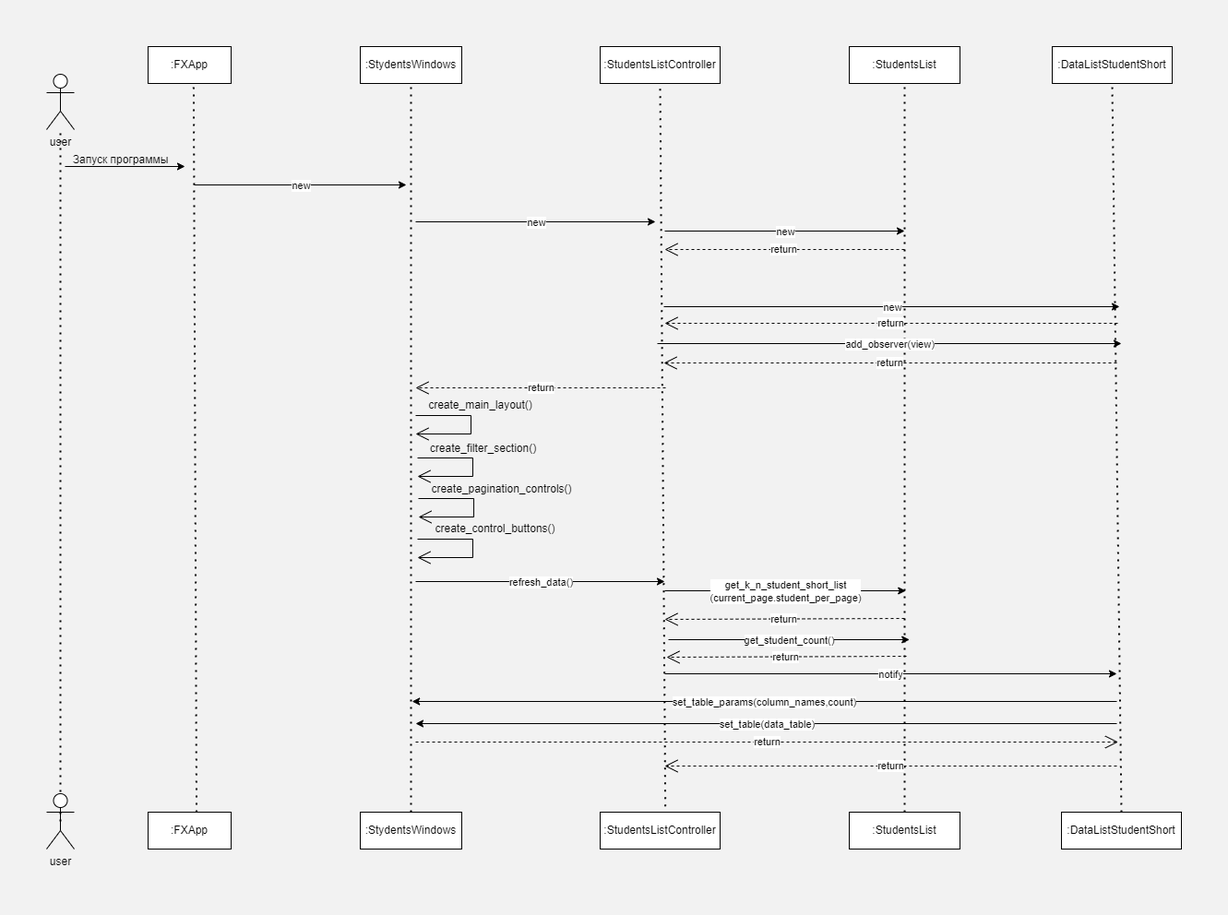
The draw.io diagram class_student/database/sequence diagram.png in llKristina/ruby, before a commit. Source tidied: cells renumbered, new cells last; positions are measured from the earlier drawing's top-left corner, leaving out a move shared by most shapes.
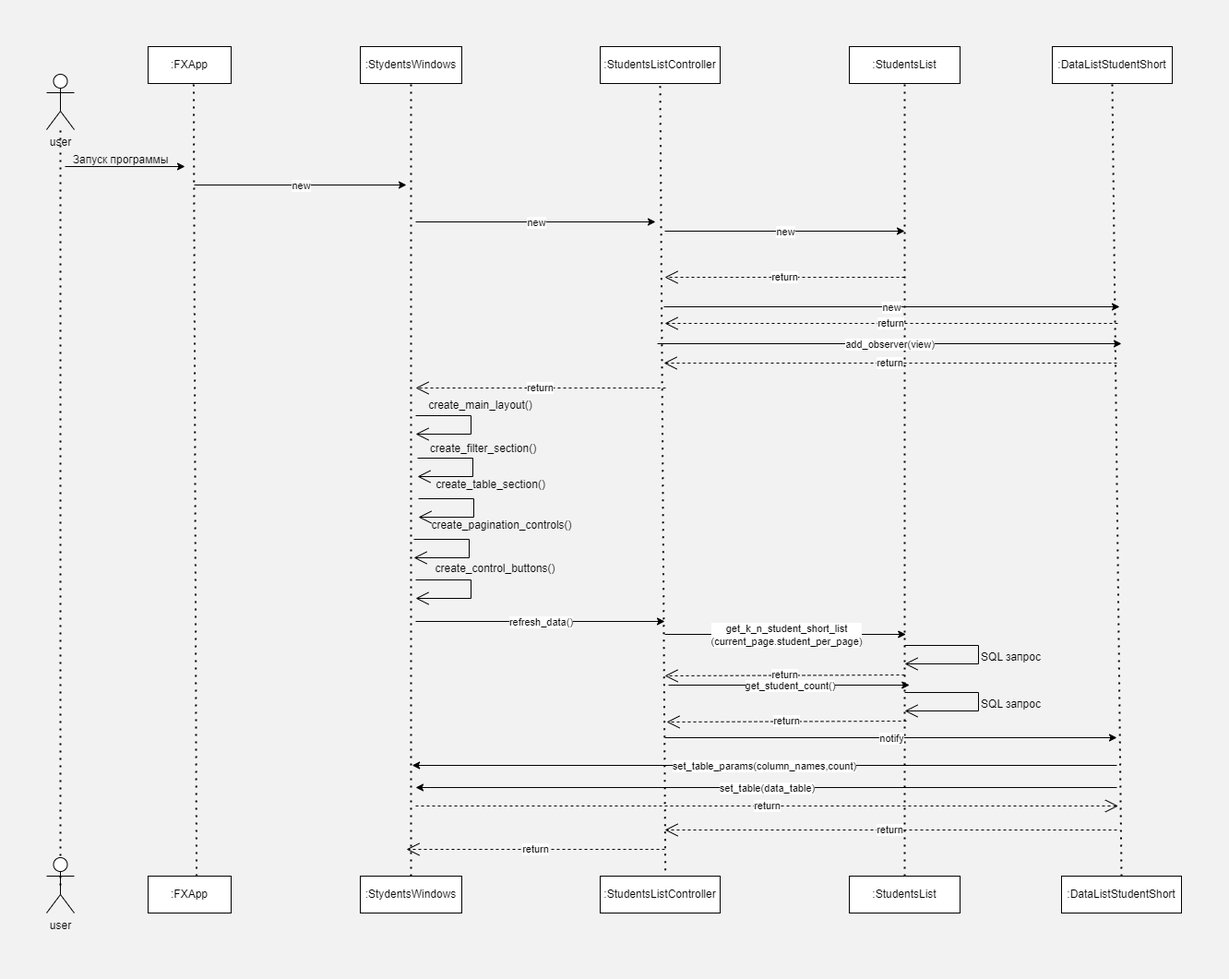
Later version of the same file.

Diff of the diagram source:
```diff
@@ -70,8 +70,8 @@
     </mxCell>
     <mxCell id="20" value="return" style="endArrow=open;endSize=12;dashed=1;html=1;rounded=0;" parent="1" edge="1">
       <mxGeometry relative="1" as="geometry">
-        <mxPoint x="930" y="220" as="sourcePoint" />
-        <mxPoint x="670" y="220" as="targetPoint" />
+        <mxPoint x="930" y="250" as="sourcePoint" />
+        <mxPoint x="670" y="250" as="targetPoint" />
       </mxGeometry>
     </mxCell>
     <mxCell id="21" value=":DataListStudentShort" style="html=1;whiteSpace=wrap;" parent="1" vertex="1">
@@ -156,26 +156,26 @@
       </mxGeometry>
     </mxCell>
     <mxCell id="35" value="create_pagination_controls()" style="text;html=1;align=center;verticalAlign=middle;strokeColor=none;fillColor=none;" parent="1" vertex="1">
-      <mxGeometry x="403" y="465" width="180" height="30" as="geometry" />
+      <mxGeometry x="403" y="504" width="180" height="30" as="geometry" />
     </mxCell>
     <mxCell id="36" style="endArrow=open;endFill=1;endSize=12;html=1;rounded=0;edgeStyle=orthogonalEdgeStyle;" parent="1" edge="1">
       <mxGeometry relative="1" as="geometry">
-        <mxPoint x="402" y="534" as="sourcePoint" />
-        <mxPoint x="402" y="554" as="targetPoint" />
+        <mxPoint x="398" y="534" as="sourcePoint" />
+        <mxPoint x="398" y="554" as="targetPoint" />
         <Array as="points">
-          <mxPoint x="462" y="534" />
-          <mxPoint x="462" y="554" />
-          <mxPoint x="402" y="554" />
+          <mxPoint x="458" y="534" />
+          <mxPoint x="458" y="554" />
+          <mxPoint x="398" y="554" />
         </Array>
       </mxGeometry>
     </mxCell>
     <mxCell id="37" value="create_control_buttons()" style="text;html=1;align=center;verticalAlign=middle;strokeColor=none;fillColor=none;" parent="1" vertex="1">
-      <mxGeometry x="411" y="508" width="150" height="30" as="geometry" />
+      <mxGeometry x="411" y="551" width="150" height="30" as="geometry" />
     </mxCell>
     <mxCell id="38" style="endArrow=classic;html=1;rounded=0;" parent="1" edge="1">
       <mxGeometry relative="1" as="geometry">
-        <mxPoint x="400" y="580" as="sourcePoint" />
-        <mxPoint x="670" y="580" as="targetPoint" />
+        <mxPoint x="400" y="623" as="sourcePoint" />
+        <mxPoint x="670" y="623" as="targetPoint" />
       </mxGeometry>
     </mxCell>
     <mxCell id="39" value="refresh_data()" style="edgeLabel;html=1;align=center;verticalAlign=middle;" parent="38" vertex="1">
@@ -183,8 +183,8 @@
     </mxCell>
     <mxCell id="40" style="endArrow=classic;html=1;rounded=0;" parent="1" edge="1">
       <mxGeometry relative="1" as="geometry">
-        <mxPoint x="670" y="590" as="sourcePoint" />
-        <mxPoint x="931.2" y="590" as="targetPoint" />
+        <mxPoint x="670" y="637" as="sourcePoint" />
+        <mxPoint x="931.2" y="637" as="targetPoint" />
       </mxGeometry>
     </mxCell>
     <mxCell id="41" value="get_k_n_student_short_list&lt;div&gt;(current_page.student_per_page)&lt;/div&gt;" style="edgeLabel;html=1;align=center;verticalAlign=middle;" parent="40" vertex="1">
@@ -192,14 +192,14 @@
     </mxCell>
     <mxCell id="42" value="return" style="endArrow=open;endSize=12;dashed=1;html=1;rounded=0;" parent="1" edge="1">
       <mxGeometry relative="1" as="geometry">
-        <mxPoint x="930" y="620" as="sourcePoint" />
-        <mxPoint x="670" y="621" as="targetPoint" />
+        <mxPoint x="930" y="681" as="sourcePoint" />
+        <mxPoint x="670" y="682" as="targetPoint" />
       </mxGeometry>
     </mxCell>
     <mxCell id="43" style="endArrow=classic;html=1;rounded=0;" parent="1" edge="1">
       <mxGeometry relative="1" as="geometry">
-        <mxPoint x="674" y="643" as="sourcePoint" />
-        <mxPoint x="935.2" y="643" as="targetPoint" />
+        <mxPoint x="674" y="692" as="sourcePoint" />
+        <mxPoint x="935.2" y="692" as="targetPoint" />
       </mxGeometry>
     </mxCell>
     <mxCell id="44" value="get_student_count()" style="edgeLabel;html=1;align=center;verticalAlign=middle;" parent="43" vertex="1">
@@ -207,14 +207,14 @@
     </mxCell>
     <mxCell id="45" value="return" style="endArrow=open;endSize=12;dashed=1;html=1;rounded=0;" parent="1" edge="1">
       <mxGeometry relative="1" as="geometry">
-        <mxPoint x="932" y="661" as="sourcePoint" />
-        <mxPoint x="672" y="662" as="targetPoint" />
+        <mxPoint x="932" y="731" as="sourcePoint" />
+        <mxPoint x="672" y="732" as="targetPoint" />
       </mxGeometry>
     </mxCell>
     <mxCell id="46" style="endArrow=classic;html=1;rounded=0;" parent="1" edge="1">
       <mxGeometry relative="1" as="geometry">
-        <mxPoint x="670" y="680" as="sourcePoint" />
-        <mxPoint x="1160" y="680" as="targetPoint" />
+        <mxPoint x="670" y="749" as="sourcePoint" />
+        <mxPoint x="1160" y="749" as="targetPoint" />
       </mxGeometry>
     </mxCell>
     <mxCell id="47" value="notify" style="edgeLabel;html=1;align=center;verticalAlign=middle;" parent="46" vertex="1">
@@ -222,8 +222,8 @@
     </mxCell>
     <mxCell id="48" style="endArrow=classic;html=1;rounded=0;" parent="1" edge="1">
       <mxGeometry relative="1" as="geometry">
-        <mxPoint x="1160" y="710" as="sourcePoint" />
-        <mxPoint x="396.2" y="710" as="targetPoint" />
+        <mxPoint x="1160" y="779" as="sourcePoint" />
+        <mxPoint x="396.2" y="779" as="targetPoint" />
       </mxGeometry>
     </mxCell>
     <mxCell id="49" value="set_table_params(column_names,count)" style="edgeLabel;html=1;align=center;verticalAlign=middle;" parent="48" vertex="1">
@@ -231,8 +231,8 @@
     </mxCell>
     <mxCell id="50" style="endArrow=classic;html=1;rounded=0;" parent="1" edge="1">
       <mxGeometry relative="1" as="geometry">
-        <mxPoint x="1160" y="734" as="sourcePoint" />
-        <mxPoint x="400" y="734" as="targetPoint" />
+        <mxPoint x="1160" y="803" as="sourcePoint" />
+        <mxPoint x="400" y="803" as="targetPoint" />
       </mxGeometry>
     </mxCell>
     <mxCell id="51" value="set_table(data_table)" style="edgeLabel;html=1;align=center;verticalAlign=middle;" parent="50" vertex="1">
@@ -240,33 +240,79 @@
     </mxCell>
     <mxCell id="52" value="return" style="endArrow=open;endSize=12;dashed=1;html=1;rounded=0;" parent="1" edge="1">
       <mxGeometry relative="1" as="geometry">
-        <mxPoint x="400" y="754" as="sourcePoint" />
-        <mxPoint x="1161.5" y="754" as="targetPoint" />
+        <mxPoint x="400" y="823" as="sourcePoint" />
+        <mxPoint x="1161.5" y="823" as="targetPoint" />
       </mxGeometry>
     </mxCell>
     <mxCell id="53" value="return" style="endArrow=open;endSize=12;dashed=1;html=1;rounded=0;" parent="1" edge="1">
       <mxGeometry relative="1" as="geometry">
-        <mxPoint x="1160" y="780" as="sourcePoint" />
-        <mxPoint x="670" y="780" as="targetPoint" />
+        <mxPoint x="1160" y="849" as="sourcePoint" />
+        <mxPoint x="670" y="849" as="targetPoint" />
       </mxGeometry>
     </mxCell>
     <mxCell id="54" value=":DataListStudentShort" style="html=1;whiteSpace=wrap;" parent="1" vertex="1">
-      <mxGeometry x="1100" y="830" width="130" height="40" as="geometry" />
+      <mxGeometry x="1100" y="899" width="130" height="40" as="geometry" />
     </mxCell>
     <mxCell id="55" value=":StudentsList" style="rounded=0;whiteSpace=wrap;html=1;" parent="1" vertex="1">
-      <mxGeometry x="870" y="830" width="120" height="40" as="geometry" />
+      <mxGeometry x="870" y="899" width="120" height="40" as="geometry" />
     </mxCell>
     <mxCell id="56" value=":StudentsListController" style="rounded=0;whiteSpace=wrap;html=1;" parent="1" vertex="1">
-      <mxGeometry x="600" y="830" width="130" height="40" as="geometry" />
+      <mxGeometry x="600" y="899" width="130" height="40" as="geometry" />
     </mxCell>
     <mxCell id="57" value=":StydentsWindows" style="rounded=0;whiteSpace=wrap;html=1;" parent="1" vertex="1">
-      <mxGeometry x="340" y="830" width="110" height="40" as="geometry" />
+      <mxGeometry x="340" y="899" width="110" height="40" as="geometry" />
     </mxCell>
     <mxCell id="58" value=":FXApp" style="rounded=0;whiteSpace=wrap;html=1;" parent="1" vertex="1">
-      <mxGeometry x="110" y="830" width="90" height="40" as="geometry" />
+      <mxGeometry x="110" y="899" width="90" height="40" as="geometry" />
     </mxCell>
     <mxCell id="59" value="user" style="shape=umlActor;verticalLabelPosition=bottom;verticalAlign=top;html=1;outlineConnect=0;" parent="1" vertex="1">
-      <mxGeometry y="810" width="30" height="60" as="geometry" />
+      <mxGeometry y="879" width="30" height="60" as="geometry" />
     </mxCell>
+    <mxCell id="60" style="endArrow=open;endFill=1;endSize=12;html=1;rounded=0;edgeStyle=orthogonalEdgeStyle;" parent="1" edge="1">
+      <mxGeometry relative="1" as="geometry">
+        <mxPoint x="930" y="649" as="sourcePoint" />
+        <mxPoint x="930" y="669" as="targetPoint" />
+        <Array as="points">
+          <mxPoint x="1010" y="649" />
+          <mxPoint x="1010" y="669" />
+        </Array>
+      </mxGeometry>
+    </mxCell>
+    <mxCell id="61" value="SQL запрос" style="text;html=1;align=center;verticalAlign=middle;strokeColor=none;fillColor=none;" parent="1" vertex="1">
+      <mxGeometry x="1000" y="647" width="90" height="30" as="geometry" />
+    </mxCell>
+    <mxCell id="62" style="endArrow=open;endFill=1;endSize=12;html=1;rounded=0;edgeStyle=orthogonalEdgeStyle;" parent="1" edge="1">
+      <mxGeometry relative="1" as="geometry">
+        <mxPoint x="400" y="578" as="sourcePoint" />
+        <mxPoint x="400" y="598" as="targetPoint" />
+        <Array as="points">
+          <mxPoint x="460" y="578" />
+          <mxPoint x="460" y="598" />
+          <mxPoint x="400" y="598" />
+        </Array>
+      </mxGeometry>
+    </mxCell>
+    <mxCell id="63" value="create_table_section()" style="text;html=1;align=center;verticalAlign=middle;strokeColor=none;fillColor=none;" parent="1" vertex="1">
+      <mxGeometry x="411" y="460" width="140" height="30" as="geometry" />
+    </mxCell>
+    <mxCell id="64" value="return" style="endArrow=open;endSize=12;dashed=1;html=1;rounded=0;" parent="1" edge="1">
+      <mxGeometry relative="1" as="geometry">
+        <mxPoint x="670" y="870" as="sourcePoint" />
+        <mxPoint x="390" y="870" as="targetPoint" />
+      </mxGeometry>
+    </mxCell>
+    <mxCell id="65" style="endArrow=open;endFill=1;endSize=12;html=1;rounded=0;edgeStyle=orthogonalEdgeStyle;" parent="1" edge="1">
+      <mxGeometry relative="1" as="geometry">
+        <mxPoint x="930" y="700" as="sourcePoint" />
+        <mxPoint x="930" y="720" as="targetPoint" />
+        <Array as="points">
+          <mxPoint x="1010" y="700" />
+          <mxPoint x="1010" y="720" />
+        </Array>
+      </mxGeometry>
+    </mxCell>
+    <mxCell id="66" value="SQL запрос" style="text;html=1;align=center;verticalAlign=middle;strokeColor=none;fillColor=none;" parent="1" vertex="1">
+      <mxGeometry x="1000" y="698" width="90" height="30" as="geometry" />
+    </mxCell>
   </root>
 </mxGraphModel>
```
